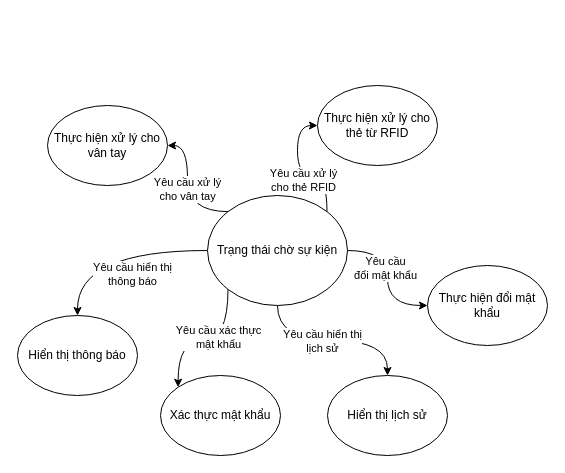
duyhuynh01/Digital_Lock keeps this draw.io diagram as xulysukienchomanhinh.drawio. Above is the earlier version. Source tidied: cells renumbered, new cells numbered last; positions are measured from the earlier drawing's top-left corner, leaving out a move shared by most shapes. Both pictures are drawn from the tidied source at 100%, with x=0, y=0 at pixel (17, 85).
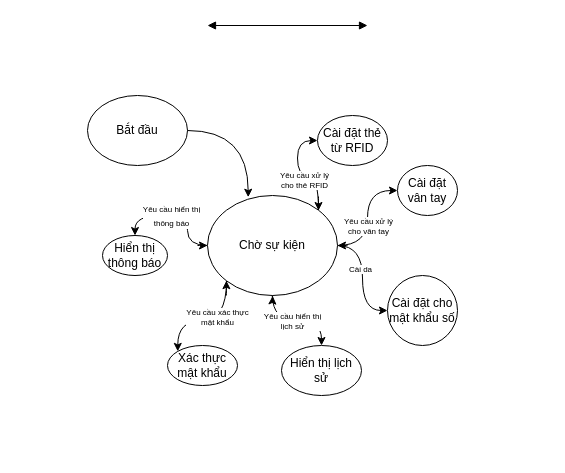
After the change.

The change refers to these unchanged cells:
```xml
<mxCell id="5" style="edgeStyle=orthogonalEdgeStyle;curved=1;rounded=0;jettySize=auto;html=1;exitX=1;exitY=0;exitDx=0;exitDy=0;entryX=0;entryY=0.5;entryDx=0;entryDy=0;" parent="1" edge="1" source="13" target="16">
  <mxGeometry relative="1" as="geometry" />
</mxCell>
<mxCell id="7" style="edgeStyle=orthogonalEdgeStyle;curved=1;rounded=0;jettySize=auto;html=1;exitX=1;exitY=0.5;exitDx=0;exitDy=0;entryX=0;entryY=0.5;entryDx=0;entryDy=0;" parent="1" edge="1" source="13" target="17">
  <mxGeometry relative="1" as="geometry" />
</mxCell>
<mxCell id="9" style="edgeStyle=orthogonalEdgeStyle;curved=1;rounded=0;jettySize=auto;html=1;exitX=0.5;exitY=1;exitDx=0;exitDy=0;entryX=0.5;entryY=0;entryDx=0;entryDy=0;" parent="1" edge="1" source="13" target="18">
  <mxGeometry relative="1" as="geometry" />
</mxCell>
<mxCell id="11" style="edgeStyle=orthogonalEdgeStyle;curved=1;rounded=0;jettySize=auto;html=1;exitX=0;exitY=1;exitDx=0;exitDy=0;entryX=0;entryY=0;entryDx=0;entryDy=0;" parent="1" edge="1" source="13" target="19">
  <mxGeometry relative="1" as="geometry" />
</mxCell>
```

Diff of the diagram source:
```diff
@@
-    <mxCell id="2" style="edgeStyle=orthogonalEdgeStyle;curved=1;rounded=0;jettySize=auto;html=1;exitX=0;exitY=0.5;exitDx=0;exitDy=0;entryX=0.5;entryY=0;entryDx=0;entryDy=0;" parent="1" edge="1" source="13" target="14">
-      <mxGeometry relative="1" as="geometry" />
-    </mxCell>
-    <mxCell id="3" value="Yêu cầu hiển thị &lt;br&gt;thông báo" style="edgeLabel;html=1;align=center;verticalAlign=middle;" parent="2" vertex="1">
-      <mxGeometry x="-0.22" y="23" relative="1" as="geometry" />
-    </mxCell>
-    <mxCell id="4" value="Yêu cầu xử lý&lt;br&gt;cho vân tay" style="edgeStyle=orthogonalEdgeStyle;curved=1;rounded=0;jettySize=auto;html=1;exitX=0;exitY=0;exitDx=0;exitDy=0;entryX=1;entryY=0.5;entryDx=0;entryDy=0;" parent="1" edge="1" source="13" target="15">
-      <mxGeometry relative="1" as="geometry" />
-    </mxCell>
@@
-    <mxCell id="6" value="Yêu cầu xử lý &lt;br&gt;cho thẻ RFID" style="edgeLabel;html=1;align=center;verticalAlign=middle;" parent="5" vertex="1">
+    <mxCell id="6" value="Yêu cầu xử lý &lt;br style=&quot;font-size: 8px;&quot;&gt;cho thẻ RFID" style="edgeLabel;html=1;align=center;verticalAlign=middle;fontSize=8;" parent="5" vertex="1">
       <mxGeometry x="-0.12" y="4" relative="1" as="geometry" />
     </mxCell>
@@
-    <mxCell id="8" value="Yêu cầu &lt;br&gt;đổi mật khẩu" style="edgeLabel;html=1;align=center;verticalAlign=middle;" parent="7" vertex="1">
+    <mxCell id="8" value="Cài da" style="edgeLabel;html=1;align=center;verticalAlign=middle;fontSize=8;" parent="7" vertex="1">
       <mxGeometry x="-0.16" y="-3" relative="1" as="geometry" />
     </mxCell>
@@
-    <mxCell id="10" value="Yêu cầu hiển thị&lt;br&gt;lịch sử" style="edgeLabel;html=1;align=center;verticalAlign=middle;" parent="9" vertex="1">
+    <mxCell id="10" value="Yêu cầu hiển thị&lt;br style=&quot;font-size: 8px;&quot;&gt;lịch sử" style="edgeLabel;html=1;align=center;verticalAlign=middle;fontSize=8;" parent="9" vertex="1">
       <mxGeometry x="-0.12" relative="1" as="geometry" />
     </mxCell>
@@
-    <mxCell id="12" value="Yêu cầu xác thực&lt;br&gt;mật khẩu" style="edgeLabel;html=1;align=center;verticalAlign=middle;" parent="11" vertex="1">
+    <mxCell id="12" value="Yêu cầu xác thực&lt;br style=&quot;font-size: 8px;&quot;&gt;mật khẩu" style="edgeLabel;html=1;align=center;verticalAlign=middle;fontSize=8;" parent="11" vertex="1">
       <mxGeometry x="-0.17" y="-4" relative="1" as="geometry" />
     </mxCell>
+    <mxCell id="20" style="edgeStyle=orthogonalEdgeStyle;curved=1;rounded=0;jettySize=auto;html=1;exitX=1;exitY=0.5;exitDx=0;exitDy=0;" parent="1" edge="1" source="13" target="23">
+      <mxGeometry relative="1" as="geometry" />
+    </mxCell>
+    <mxCell id="4" value="Yêu cầu xử lý&lt;br style=&quot;border-color: var(--border-color); font-size: 8px;&quot;&gt;&lt;span style=&quot;font-size: 8px;&quot;&gt;cho vân tay&lt;/span&gt;" style="edgeLabel;html=1;align=center;verticalAlign=middle;fontSize=8;" parent="20" vertex="1">
+      <mxGeometry x="-0.13" relative="1" as="geometry" />
+    </mxCell>
+    <mxCell id="2" style="edgeStyle=orthogonalEdgeStyle;curved=1;rounded=0;jettySize=auto;html=1;exitX=0;exitY=0.5;exitDx=0;exitDy=0;entryX=0.5;entryY=0;entryDx=0;entryDy=0;elbow=vertical;" parent="1" edge="1" source="13" target="14">
+      <mxGeometry relative="1" as="geometry" />
+    </mxCell>
+    <mxCell id="3" value="&lt;font style=&quot;font-size: 8px;&quot;&gt;Yêu cầu hiển thị&lt;br style=&quot;border-color: var(--border-color);&quot;&gt;thông báo&lt;/font&gt;" style="edgeLabel;html=1;align=center;verticalAlign=middle;" parent="2" vertex="1">
+      <mxGeometry x="0.1" y="-1" relative="1" as="geometry" />
+    </mxCell>
+    <mxCell id="21" style="edgeStyle=isometricEdgeStyle;rounded=0;jettySize=auto;html=1;exitX=0.5;exitY=1;exitDx=0;exitDy=0;" parent="1" edge="1" source="13">
+      <mxGeometry relative="1" as="geometry">
+        <mxPoint x="255" y="210" as="targetPoint" />
+      </mxGeometry>
+    </mxCell>
-    <mxCell id="13" value="Trạng thái chờ sự kiện" style="ellipse;whiteSpace=wrap;html=1;" parent="1" vertex="1">
-      <mxGeometry x="190" y="110" width="140" height="110" as="geometry" />
+    <mxCell id="13" value="Chờ sự kiện" style="ellipse;whiteSpace=wrap;html=1;" parent="1" vertex="1">
+      <mxGeometry x="190" y="110" width="130" height="100" as="geometry" />
     </mxCell>
     <mxCell id="14" value="Hiển thị thông báo" style="ellipse;whiteSpace=wrap;html=1;" parent="1" vertex="1">
-      <mxGeometry y="230" width="120" height="80" as="geometry" />
+      <mxGeometry x="85" y="150" width="65" height="40" as="geometry" />
     </mxCell>
-    <mxCell id="15" value="Thực hiện xử lý cho vân tay" style="ellipse;whiteSpace=wrap;html=1;" parent="1" vertex="1">
-      <mxGeometry x="30" y="20" width="120" height="80" as="geometry" />
-    </mxCell>
-    <mxCell id="16" value="Thực hiện xử lý cho thẻ từ RFID" style="ellipse;whiteSpace=wrap;html=1;" parent="1" vertex="1">
-      <mxGeometry x="300" width="120" height="80" as="geometry" />
+    <mxCell id="16" value="Cài đặt thẻ từ RFID" style="ellipse;whiteSpace=wrap;html=1;" parent="1" vertex="1">
+      <mxGeometry x="300" y="30" width="70" height="50" as="geometry" />
     </mxCell>
-    <mxCell id="17" value="Thực hiện đổi mật khẩu" style="ellipse;whiteSpace=wrap;html=1;" parent="1" vertex="1">
-      <mxGeometry x="410" y="180" width="120" height="80" as="geometry" />
+    <mxCell id="17" value="Cài đặt cho &lt;br&gt;mật khẩu số" style="ellipse;whiteSpace=wrap;html=1;" parent="1" vertex="1">
+      <mxGeometry x="370" y="190" width="70" height="70" as="geometry" />
     </mxCell>
     <mxCell id="18" value="Hiển thị lịch sử" style="ellipse;whiteSpace=wrap;html=1;" parent="1" vertex="1">
-      <mxGeometry x="310" y="290" width="120" height="80" as="geometry" />
+      <mxGeometry x="264" y="260" width="80" height="50" as="geometry" />
     </mxCell>
     <mxCell id="19" value="Xác thực mật khẩu" style="ellipse;whiteSpace=wrap;html=1;" parent="1" vertex="1">
-      <mxGeometry x="143" y="290" width="120" height="80" as="geometry" />
+      <mxGeometry x="150" y="260" width="70" height="40" as="geometry" />
     </mxCell>
+    <mxCell id="22" value="Bắt đầu" style="ellipse;whiteSpace=wrap;html=1;" parent="1" vertex="1">
+      <mxGeometry x="70" y="10" width="100" height="70" as="geometry" />
+    </mxCell>
+    <mxCell id="23" value="&lt;font style=&quot;font-size: 12px;&quot;&gt;Cài đặt vân tay&lt;/font&gt;" style="ellipse;whiteSpace=wrap;html=1;" parent="1" vertex="1">
+      <mxGeometry x="380" y="80" width="60" height="50" as="geometry" />
+    </mxCell>
+    <mxCell id="24" style="edgeStyle=orthogonalEdgeStyle;curved=1;rounded=0;jettySize=auto;html=1;exitX=1;exitY=0.5;exitDx=0;exitDy=0;entryX=0.313;entryY=0.017;entryDx=0;entryDy=0;entryPerimeter=0;" parent="1" edge="1" source="22" target="13">
+      <mxGeometry relative="1" as="geometry" />
+    </mxCell>
+    <mxCell id="25" style="endArrow=block;startArrow=block;endFill=1;startFill=1;html=1;rounded=0;" parent="1" edge="1">
+      <mxGeometry relative="1" as="geometry">
+        <mxPoint x="190" y="-60" as="sourcePoint" />
+        <mxPoint x="350" y="-60" as="targetPoint" />
+      </mxGeometry>
+    </mxCell>
+    <mxCell id="26" style="edgeStyle=orthogonalEdgeStyle;curved=1;rounded=0;orthogonalLoop=1;jettySize=auto;html=1;entryX=0;entryY=0;entryDx=0;entryDy=0;" parent="1" edge="1">
+      <mxGeometry relative="1" as="geometry">
+        <mxPoint x="254.8" y="210" as="sourcePoint" />
+        <mxPoint x="255.2" y="210.5" as="targetPoint" />
+        <Array as="points">
+          <mxPoint x="255" y="220" />
+          <mxPoint x="255" y="220" />
+        </Array>
+      </mxGeometry>
+    </mxCell>
+    <mxCell id="27" style="edgeStyle=orthogonalEdgeStyle;curved=1;rounded=0;orthogonalLoop=1;jettySize=auto;html=1;" parent="1" edge="1">
+      <mxGeometry relative="1" as="geometry">
+        <mxPoint x="180" y="160" as="sourcePoint" />
+        <mxPoint x="190" y="160" as="targetPoint" />
+        <Array as="points">
+          <mxPoint x="185" y="160" />
+        </Array>
+      </mxGeometry>
+    </mxCell>
+    <mxCell id="28" style="edgeStyle=orthogonalEdgeStyle;curved=1;rounded=0;orthogonalLoop=1;jettySize=auto;html=1;entryX=0.153;entryY=0.862;entryDx=0;entryDy=0;entryPerimeter=0;" parent="1" edge="1">
+      <mxGeometry relative="1" as="geometry">
+        <mxPoint x="209" y="210" as="sourcePoint" />
+        <mxPoint x="208.9" y="195.2" as="targetPoint" />
+        <Array as="points">
+          <mxPoint x="209" y="195" />
+        </Array>
+      </mxGeometry>
+    </mxCell>
+    <mxCell id="29" style="edgeStyle=orthogonalEdgeStyle;curved=1;rounded=0;orthogonalLoop=1;jettySize=auto;html=1;" parent="1" edge="1">
+      <mxGeometry relative="1" as="geometry">
+        <mxPoint x="330" y="160" as="sourcePoint" />
+        <mxPoint x="320" y="160" as="targetPoint" />
+        <Array as="points">
+          <mxPoint x="320" y="160" />
+        </Array>
+      </mxGeometry>
+    </mxCell>
+    <mxCell id="30" style="edgeStyle=orthogonalEdgeStyle;curved=1;rounded=0;orthogonalLoop=1;jettySize=auto;html=1;" parent="1" edge="1">
+      <mxGeometry relative="1" as="geometry">
+        <mxPoint x="301" y="111" as="sourcePoint" />
+        <mxPoint x="301" y="125" as="targetPoint" />
+        <Array as="points">
+          <mxPoint x="301" y="125" />
+        </Array>
+      </mxGeometry>
+    </mxCell>
```
